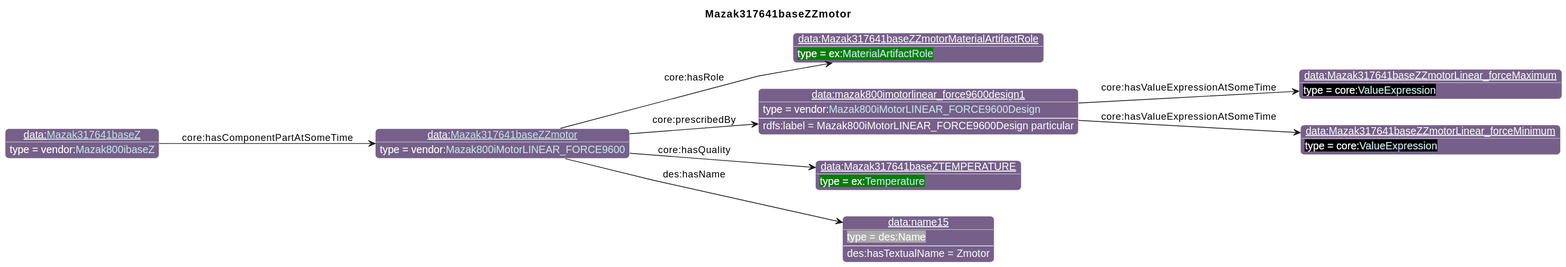
The PlantUML diagram diagrams/Mazak317641baseZZmotor.svg in iofoundry/example-syseng-mtconnect, before a commit.
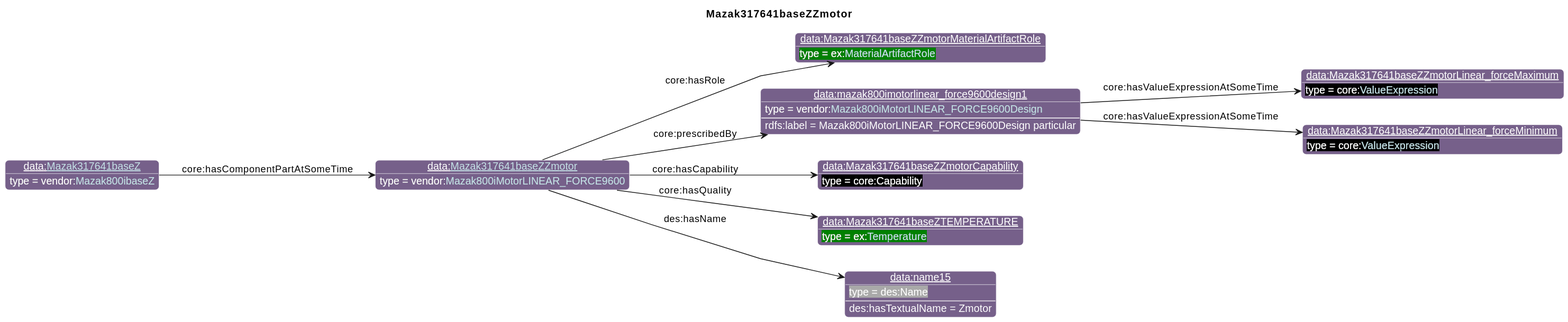
Later version of the same file.

What changed in the source:
```diff
@@ -30,16 +30,18 @@
 individual(o2, data:mazak800imotorlinear_force9600design1, vendor:[[../Mazak.html#Mazak800iMotorLINEAR_FORCE9600Design Mazak800iMotorLINEAR_FORCE9600Design]])
 individual(o3, data:Mazak317641baseZZmotorLinear_forceMaximum, core:[[https://spec.industrialontologies.org/ontology/core/Core/ValueExpression ValueExpression]])
 individual(o4, data:Mazak317641baseZZmotorLinear_forceMinimum, core:[[https://spec.industrialontologies.org/ontology/core/Core/ValueExpression ValueExpression]])
-individual(o5, data:Mazak317641baseZTEMPERATURE, ex:[[../Example.html#Temperature Temperature]])
-individual(o6, data:name15, des:Name)
-individual(o7, data:[[./Mazak317641baseZ.html Mazak317641baseZ]], vendor:[[../Mazak.html#Mazak800ibaseZ Mazak800ibaseZ]])
+individual(o5, data:Mazak317641baseZZmotorCapability, core:Capability)
+individual(o6, data:Mazak317641baseZTEMPERATURE, ex:[[../Example.html#Temperature Temperature]])
+individual(o7, data:name15, des:Name)
+individual(o8, data:[[./Mazak317641baseZ.html Mazak317641baseZ]], vendor:[[../Mazak.html#Mazak800ibaseZ Mazak800ibaseZ]])
 property(o0, "core:hasRole", o1)
 property(o0, "core:prescribedBy", o2)
 data(o2, "rdfs:label", "Mazak800iMotorLINEAR_FORCE9600Design particular")
 property(o2, "core:hasValueExpressionAtSomeTime", o3)
 property(o2, "core:hasValueExpressionAtSomeTime", o4)
-property(o0, "core:hasQuality", o5)
-property(o0, "des:hasName", o6)
-data(o6, "des:hasTextualName", "Zmotor")
-property(o7, "core:hasComponentPartAtSomeTime", o0)
+property(o0, "core:hasCapability", o5)
+property(o0, "core:hasQuality", o6)
+property(o0, "des:hasName", o7)
+data(o7, "des:hasTextualName", "Zmotor")
+property(o8, "core:hasComponentPartAtSomeTime", o0)
 @enduml
```
